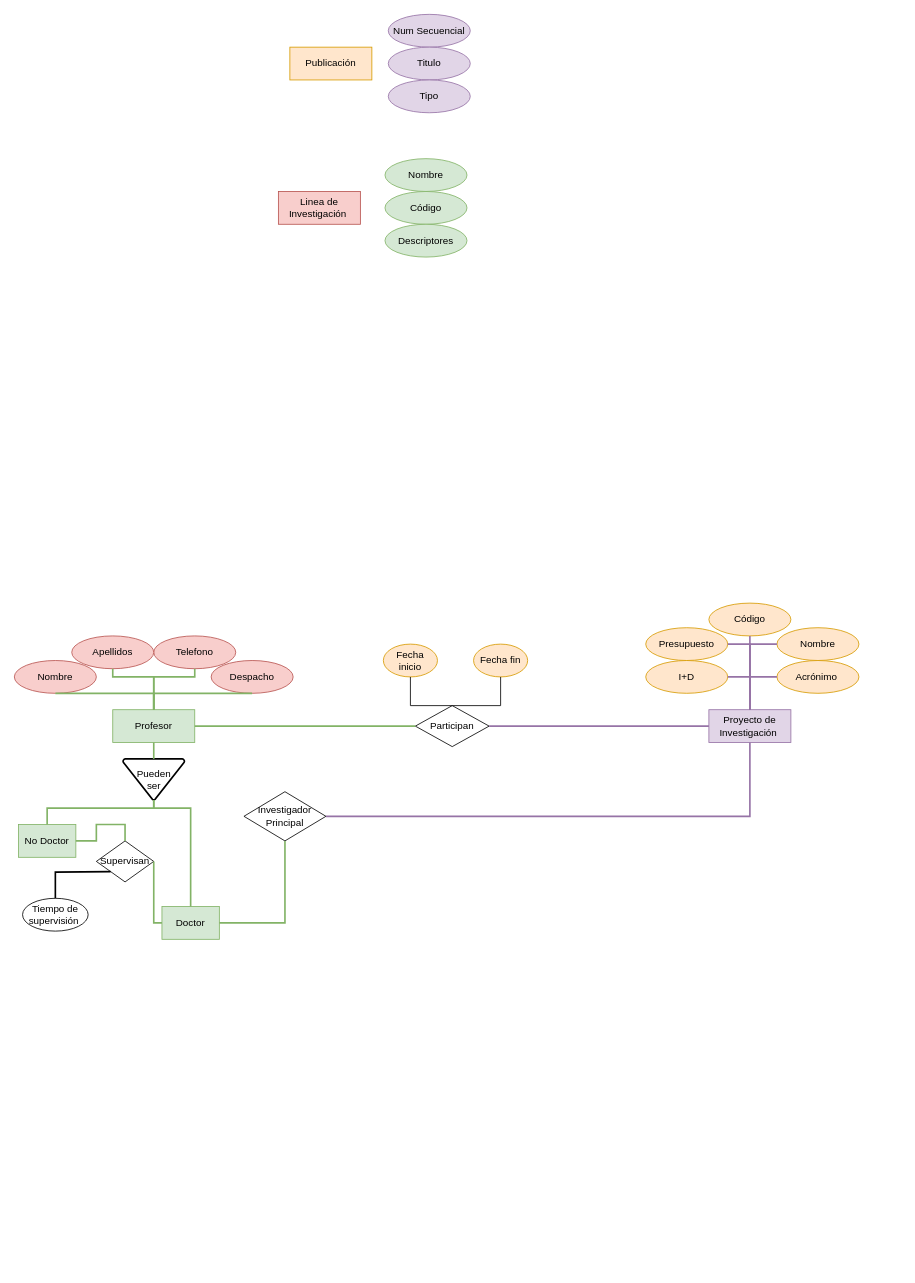
Before: P_Investigacion.drawio in SebassX69/DiagramasDB, a draw.io diagram. Source tidied: cells renumbered, new cells numbered last; positions are measured from the earlier drawing's top-left corner, leaving out a move shared by most shapes. Both pictures are drawn from the tidied source at 82%, with x=0, y=0 at pixel (14, 14).
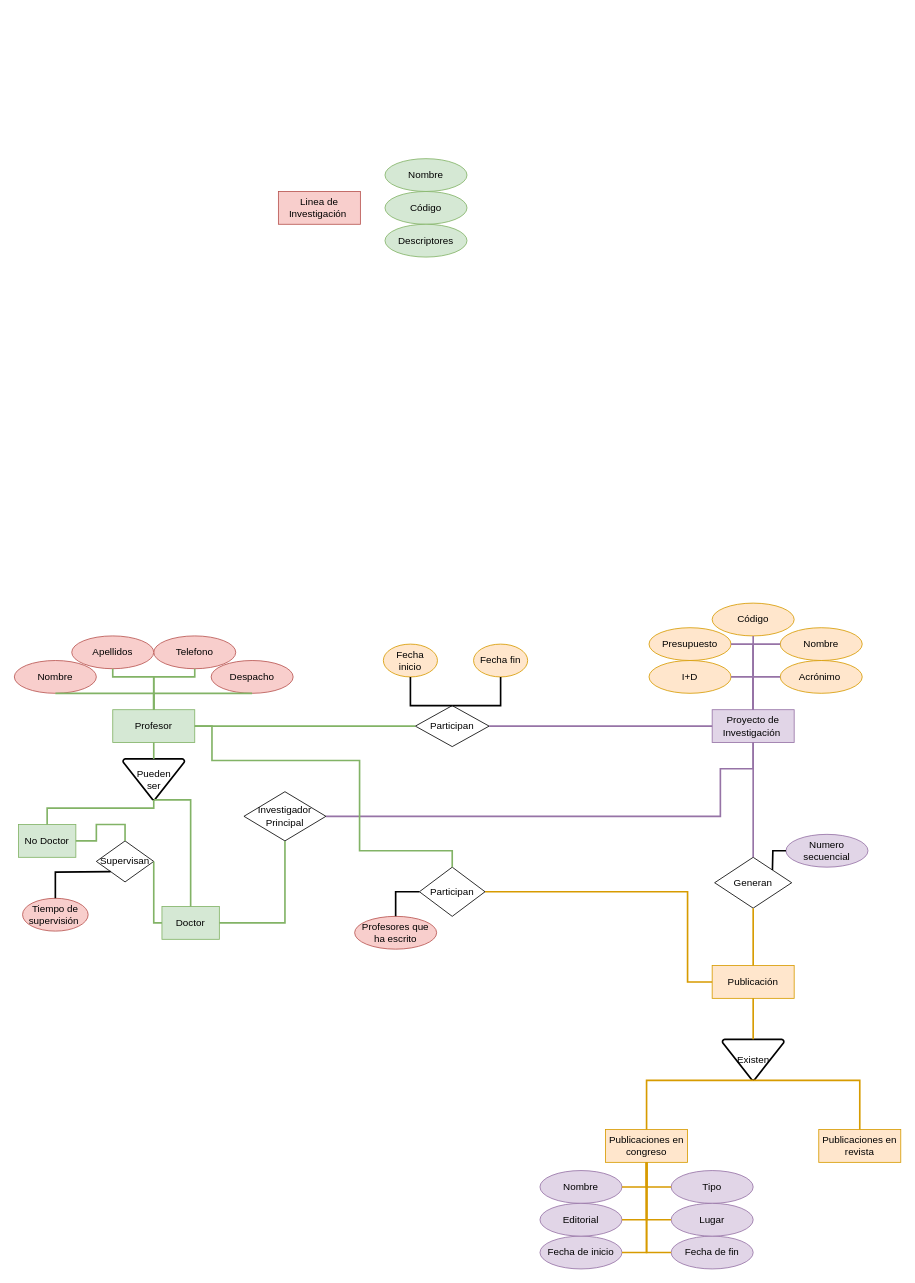
The same page after the edit.

Unchanged cells that the change refers to:
```xml
<mxCell id="2" value="Profesor" style="whiteSpace=wrap;html=1;align=center;fillColor=#d5e8d4;strokeColor=#82b366;" parent="1" vertex="1">
  <mxGeometry x="120" y="848" width="100" height="40" as="geometry" />
</mxCell>
<mxCell id="17" value="Fecha inicio" style="ellipse;whiteSpace=wrap;html=1;align=center;fillColor=#ffe6cc;strokeColor=#d79b00;" parent="1" vertex="1">
  <mxGeometry x="450" y="768" width="66" height="40" as="geometry" />
</mxCell>
<mxCell id="22" value="Pueden&lt;div&gt;ser&lt;/div&gt;" style="strokeWidth=2;html=1;shape=mxgraph.flowchart.merge_or_storage;whiteSpace=wrap;" parent="1" vertex="1">
  <mxGeometry x="132.5" y="908" width="75" height="50" as="geometry" />
</mxCell>
<mxCell id="24" value="Doctor" style="whiteSpace=wrap;html=1;align=center;fillColor=#d5e8d4;strokeColor=#82b366;" parent="1" vertex="1">
  <mxGeometry x="180" y="1088" width="70" height="40" as="geometry" />
</mxCell>
<mxCell id="25" value="Participan" style="shape=rhombus;perimeter=rhombusPerimeter;whiteSpace=wrap;html=1;align=center;" parent="1" vertex="1">
  <mxGeometry x="489" y="843" width="90" height="50" as="geometry" />
</mxCell>
<mxCell id="28" value="Fecha fin" style="ellipse;whiteSpace=wrap;html=1;align=center;fillColor=#ffe6cc;strokeColor=#d79b00;" parent="1" vertex="1">
  <mxGeometry x="560" y="768" width="66" height="40" as="geometry" />
</mxCell>
<mxCell id="46" value="Investigador Principal" style="shape=rhombus;perimeter=rhombusPerimeter;whiteSpace=wrap;html=1;align=center;" parent="1" vertex="1">
  <mxGeometry x="280" y="948" width="100" height="60" as="geometry" />
</mxCell>
```

Diff of the diagram source:
```diff
@@
     <mxCell id="3" value="Proyecto de Investigación&amp;nbsp;" style="whiteSpace=wrap;html=1;align=center;fillColor=#e1d5e7;strokeColor=#9673a6;" parent="1" vertex="1">
-      <mxGeometry x="847" y="848" width="100" height="40" as="geometry" />
+      <mxGeometry x="851" y="848" width="100" height="40" as="geometry" />
     </mxCell>
     <mxCell id="4" value="Publicación" style="whiteSpace=wrap;html=1;align=center;fillColor=#ffe6cc;strokeColor=#d79b00;" parent="1" vertex="1">
-      <mxGeometry x="336" y="40" width="100" height="40" as="geometry" />
+      <mxGeometry x="851" y="1160" width="100" height="40" as="geometry" />
     </mxCell>
@@
     <mxCell id="13" value="Código" style="ellipse;whiteSpace=wrap;html=1;align=center;fillColor=#ffe6cc;strokeColor=#d79b00;" parent="1" vertex="1">
-      <mxGeometry x="847" y="718" width="100" height="40" as="geometry" />
+      <mxGeometry x="851" y="718" width="100" height="40" as="geometry" />
     </mxCell>
     <mxCell id="14" value="Nombre" style="ellipse;whiteSpace=wrap;html=1;align=center;fillColor=#ffe6cc;strokeColor=#d79b00;" parent="1" vertex="1">
-      <mxGeometry x="930" y="748" width="100" height="40" as="geometry" />
+      <mxGeometry x="934" y="748" width="100" height="40" as="geometry" />
     </mxCell>
     <mxCell id="15" value="Acrónimo&amp;nbsp;" style="ellipse;whiteSpace=wrap;html=1;align=center;fillColor=#ffe6cc;strokeColor=#d79b00;" parent="1" vertex="1">
-      <mxGeometry x="930" y="788" width="100" height="40" as="geometry" />
+      <mxGeometry x="934" y="788" width="100" height="40" as="geometry" />
     </mxCell>
     <mxCell id="16" value="Presupuesto" style="ellipse;whiteSpace=wrap;html=1;align=center;fillColor=#ffe6cc;strokeColor=#d79b00;" parent="1" vertex="1">
-      <mxGeometry x="770" y="748" width="100" height="40" as="geometry" />
+      <mxGeometry x="774" y="748" width="100" height="40" as="geometry" />
     </mxCell>
@@
     <mxCell id="18" value="I+D" style="ellipse;whiteSpace=wrap;html=1;align=center;fillColor=#ffe6cc;strokeColor=#d79b00;" parent="1" vertex="1">
-      <mxGeometry x="770" y="788" width="100" height="40" as="geometry" />
+      <mxGeometry x="774" y="788" width="100" height="40" as="geometry" />
     </mxCell>
-    <mxCell id="19" value="Num Secuencial" style="ellipse;whiteSpace=wrap;html=1;align=center;fillColor=#e1d5e7;strokeColor=#9673a6;" parent="1" vertex="1">
-      <mxGeometry x="456" width="100" height="40" as="geometry" />
-    </mxCell>
-    <mxCell id="20" value="Titulo" style="ellipse;whiteSpace=wrap;html=1;align=center;fillColor=#e1d5e7;strokeColor=#9673a6;" parent="1" vertex="1">
-      <mxGeometry x="456" y="40" width="100" height="40" as="geometry" />
+    <mxCell id="20" value="Nombre" style="ellipse;whiteSpace=wrap;html=1;align=center;fillColor=#e1d5e7;strokeColor=#9673a6;" parent="1" vertex="1">
+      <mxGeometry x="641" y="1410" width="100" height="40" as="geometry" />
     </mxCell>
-    <mxCell id="21" value="Tipo" style="ellipse;whiteSpace=wrap;html=1;align=center;fillColor=#e1d5e7;strokeColor=#9673a6;" parent="1" vertex="1">
-      <mxGeometry x="456" y="80" width="100" height="40" as="geometry" />
-    </mxCell>
@@
-    <mxCell id="29" style="endArrow=none;html=1;rounded=0;exitX=0.5;exitY=1;exitDx=0;exitDy=0;entryX=0.5;entryY=0;entryDx=0;entryDy=0;" parent="1" edge="1" source="17" target="25">
+    <mxCell id="29" style="endArrow=none;html=1;rounded=0;exitX=0.5;exitY=1;exitDx=0;exitDy=0;entryX=0.5;entryY=0;entryDx=0;entryDy=0;strokeWidth=2;" parent="1" edge="1" source="17" target="25">
       <mxGeometry relative="1" as="geometry">
         <Array as="points">
           <mxPoint x="483" y="843" />
         </Array>
       </mxGeometry>
     </mxCell>
-    <mxCell id="30" style="endArrow=none;html=1;rounded=0;exitX=0.5;exitY=0;exitDx=0;exitDy=0;entryX=0.5;entryY=1;entryDx=0;entryDy=0;" parent="1" edge="1" source="25" target="28">
+    <mxCell id="30" style="endArrow=none;html=1;rounded=0;exitX=0.5;exitY=0;exitDx=0;exitDy=0;entryX=0.5;entryY=1;entryDx=0;entryDy=0;strokeWidth=2;" parent="1" edge="1" source="25" target="28">
       <mxGeometry relative="1" as="geometry">
         <Array as="points">
           <mxPoint x="593" y="843" />
         </Array>
       </mxGeometry>
     </mxCell>
@@
     <mxCell id="32" style="endArrow=none;html=1;rounded=0;exitX=0.5;exitY=0;exitDx=0;exitDy=0;entryX=0.5;entryY=1;entryDx=0;entryDy=0;fillColor=#d5e8d4;strokeColor=#82b366;strokeWidth=2;entryPerimeter=0;" parent="1" edge="1" source="24" target="22">
       <mxGeometry relative="1" as="geometry">
         <Array as="points">
-          <mxPoint x="215" y="968" />
-          <mxPoint x="170" y="968" />
+          <mxPoint x="215" y="1000" />
+          <mxPoint x="215" y="958" />
         </Array>
       </mxGeometry>
     </mxCell>
@@
     <mxCell id="38" style="endArrow=none;html=1;rounded=0;exitX=1;exitY=0.5;exitDx=0;exitDy=0;entryX=0.5;entryY=0;entryDx=0;entryDy=0;fillColor=#e1d5e7;strokeColor=#9673a6;strokeWidth=2;" parent="1" edge="1" source="16" target="3">
       <mxGeometry relative="1" as="geometry">
         <Array as="points">
-          <mxPoint x="897" y="768" />
+          <mxPoint x="901" y="768" />
         </Array>
       </mxGeometry>
     </mxCell>
     <mxCell id="39" style="endArrow=none;html=1;rounded=0;exitX=1;exitY=0.5;exitDx=0;exitDy=0;entryX=0.5;entryY=0;entryDx=0;entryDy=0;fillColor=#e1d5e7;strokeColor=#9673a6;strokeWidth=2;" parent="1" edge="1" source="18" target="3">
       <mxGeometry relative="1" as="geometry">
         <Array as="points">
-          <mxPoint x="897" y="808" />
+          <mxPoint x="901" y="808" />
         </Array>
       </mxGeometry>
     </mxCell>
     <mxCell id="40" style="endArrow=none;html=1;rounded=0;exitX=0;exitY=0.5;exitDx=0;exitDy=0;entryX=0.5;entryY=0;entryDx=0;entryDy=0;fillColor=#e1d5e7;strokeColor=#9673a6;strokeWidth=2;" parent="1" edge="1" source="14" target="3">
       <mxGeometry relative="1" as="geometry">
         <Array as="points">
-          <mxPoint x="897" y="768" />
+          <mxPoint x="901" y="768" />
         </Array>
       </mxGeometry>
     </mxCell>
     <mxCell id="41" style="endArrow=none;html=1;rounded=0;exitX=0;exitY=0.5;exitDx=0;exitDy=0;entryX=0.5;entryY=0;entryDx=0;entryDy=0;fillColor=#e1d5e7;strokeColor=#9673a6;strokeWidth=2;" parent="1" edge="1" source="15" target="3">
       <mxGeometry relative="1" as="geometry">
         <Array as="points">
-          <mxPoint x="897" y="808" />
+          <mxPoint x="901" y="808" />
         </Array>
       </mxGeometry>
     </mxCell>
@@
     <mxCell id="48" style="endArrow=none;html=1;rounded=0;exitX=1;exitY=0.5;exitDx=0;exitDy=0;entryX=0.5;entryY=1;entryDx=0;entryDy=0;fillColor=#e1d5e7;strokeColor=#9673a6;strokeWidth=2;" parent="1" edge="1" source="46" target="3">
       <mxGeometry relative="1" as="geometry">
         <Array as="points">
-          <mxPoint x="897" y="978" />
+          <mxPoint x="861" y="978" />
+          <mxPoint x="861" y="920" />
+          <mxPoint x="901" y="920" />
         </Array>
       </mxGeometry>
     </mxCell>
-    <mxCell id="49" value="Tiempo de supervisión&amp;nbsp;" style="ellipse;whiteSpace=wrap;html=1;align=center;" parent="1" vertex="1">
+    <mxCell id="49" value="Tiempo de supervisión&amp;nbsp;" style="ellipse;whiteSpace=wrap;html=1;align=center;fillColor=#f8cecc;strokeColor=#b85450;" parent="1" vertex="1">
       <mxGeometry x="10" y="1078" width="80" height="40" as="geometry" />
     </mxCell>
@@
+    <mxCell id="51" value="Generan" style="shape=rhombus;perimeter=rhombusPerimeter;whiteSpace=wrap;html=1;align=center;" parent="1" vertex="1">
+      <mxGeometry x="854" y="1028" width="94" height="62" as="geometry" />
+    </mxCell>
+    <mxCell id="52" style="endArrow=none;html=1;rounded=0;exitX=0.5;exitY=0;exitDx=0;exitDy=0;entryX=0.5;entryY=1;entryDx=0;entryDy=0;fillColor=#e1d5e7;strokeColor=#9673a6;strokeWidth=2;" parent="1" edge="1" source="51" target="3">
+      <mxGeometry relative="1" as="geometry" />
+    </mxCell>
+    <mxCell id="53" style="endArrow=none;html=1;rounded=0;exitX=0.5;exitY=0;exitDx=0;exitDy=0;entryX=0.5;entryY=1;entryDx=0;entryDy=0;fillColor=#ffe6cc;strokeColor=#d79b00;strokeWidth=2;" parent="1" edge="1" source="4" target="51">
+      <mxGeometry relative="1" as="geometry" />
+    </mxCell>
+    <mxCell id="54" value="Numero secuencial" style="ellipse;whiteSpace=wrap;html=1;align=center;fillColor=#e1d5e7;strokeColor=#9673a6;" parent="1" vertex="1">
+      <mxGeometry x="941" y="1000" width="100" height="40" as="geometry" />
+    </mxCell>
+    <mxCell id="55" style="endArrow=none;html=1;rounded=0;exitX=1;exitY=0;exitDx=0;exitDy=0;entryX=0;entryY=0.5;entryDx=0;entryDy=0;strokeWidth=2;" parent="1" edge="1" source="51" target="54">
+      <mxGeometry relative="1" as="geometry">
+        <Array as="points">
+          <mxPoint x="925" y="1020" />
+        </Array>
+      </mxGeometry>
+    </mxCell>
+    <mxCell id="56" value="Participan" style="shape=rhombus;perimeter=rhombusPerimeter;whiteSpace=wrap;html=1;align=center;" parent="1" vertex="1">
+      <mxGeometry x="494" y="1040" width="80" height="60" as="geometry" />
+    </mxCell>
+    <mxCell id="57" style="endArrow=none;html=1;rounded=0;exitX=1;exitY=0.5;exitDx=0;exitDy=0;entryX=0.5;entryY=0;entryDx=0;entryDy=0;fillColor=#d5e8d4;strokeColor=#82b366;strokeWidth=2;" parent="1" edge="1" source="2" target="56">
+      <mxGeometry relative="1" as="geometry">
+        <Array as="points">
+          <mxPoint x="241" y="868" />
+          <mxPoint x="241" y="910" />
+          <mxPoint x="421" y="910" />
+          <mxPoint x="421" y="1020" />
+          <mxPoint x="534" y="1020" />
+        </Array>
+      </mxGeometry>
+    </mxCell>
+    <mxCell id="58" style="endArrow=none;html=1;rounded=0;exitX=1;exitY=0.5;exitDx=0;exitDy=0;entryX=0;entryY=0.5;entryDx=0;entryDy=0;fillColor=#ffe6cc;strokeColor=#d79b00;strokeWidth=2;" parent="1" edge="1" source="56" target="4">
+      <mxGeometry relative="1" as="geometry">
+        <Array as="points">
+          <mxPoint x="821" y="1070" />
+          <mxPoint x="821" y="1180" />
+        </Array>
+      </mxGeometry>
+    </mxCell>
+    <mxCell id="59" value="Profesores que ha escrito" style="ellipse;whiteSpace=wrap;html=1;align=center;fillColor=#f8cecc;strokeColor=#b85450;" parent="1" vertex="1">
+      <mxGeometry x="415" y="1100" width="100" height="40" as="geometry" />
+    </mxCell>
+    <mxCell id="60" style="endArrow=none;html=1;rounded=0;exitX=0.5;exitY=0;exitDx=0;exitDy=0;entryX=0;entryY=0.5;entryDx=0;entryDy=0;strokeWidth=2;" parent="1" edge="1" source="59" target="56">
+      <mxGeometry relative="1" as="geometry">
+        <Array as="points">
+          <mxPoint x="465" y="1070" />
+        </Array>
+      </mxGeometry>
+    </mxCell>
+    <mxCell id="61" value="Existen" style="strokeWidth=2;html=1;shape=mxgraph.flowchart.merge_or_storage;whiteSpace=wrap;" parent="1" vertex="1">
+      <mxGeometry x="863.5" y="1250" width="75" height="50" as="geometry" />
+    </mxCell>
+    <mxCell id="62" style="endArrow=none;html=1;rounded=0;exitX=0.5;exitY=0;exitDx=0;exitDy=0;entryX=0.5;entryY=1;entryDx=0;entryDy=0;fillColor=#ffe6cc;strokeColor=#d79b00;strokeWidth=2;exitPerimeter=0;" parent="1" edge="1" source="61" target="4">
+      <mxGeometry relative="1" as="geometry" />
+    </mxCell>
+    <mxCell id="63" value="Publicaciones en congreso" style="whiteSpace=wrap;html=1;align=center;fillColor=#ffe6cc;strokeColor=#d79b00;" parent="1" vertex="1">
+      <mxGeometry x="721" y="1360" width="100" height="40" as="geometry" />
+    </mxCell>
+    <mxCell id="64" value="Publicaciones en revista" style="whiteSpace=wrap;html=1;align=center;fillColor=#ffe6cc;strokeColor=#d79b00;" parent="1" vertex="1">
+      <mxGeometry x="981" y="1360" width="100" height="40" as="geometry" />
+    </mxCell>
+    <mxCell id="65" style="endArrow=none;html=1;rounded=0;exitX=0.5;exitY=0;exitDx=0;exitDy=0;entryX=0.5;entryY=1;entryDx=0;entryDy=0;fillColor=#ffe6cc;strokeColor=#d79b00;strokeWidth=2;entryPerimeter=0;" parent="1" edge="1" source="63" target="61">
+      <mxGeometry relative="1" as="geometry">
+        <Array as="points">
+          <mxPoint x="771" y="1300" />
+        </Array>
+      </mxGeometry>
+    </mxCell>
+    <mxCell id="66" style="endArrow=none;html=1;rounded=0;exitX=0.5;exitY=1;exitDx=0;exitDy=0;entryX=0.5;entryY=0;entryDx=0;entryDy=0;fillColor=#ffe6cc;strokeColor=#d79b00;strokeWidth=2;exitPerimeter=0;" parent="1" edge="1" source="61" target="64">
+      <mxGeometry relative="1" as="geometry">
+        <Array as="points">
+          <mxPoint x="1031" y="1300" />
+        </Array>
+      </mxGeometry>
+    </mxCell>
+    <mxCell id="21" value="Tipo" style="ellipse;whiteSpace=wrap;html=1;align=center;fillColor=#e1d5e7;strokeColor=#9673a6;" parent="1" vertex="1">
+      <mxGeometry x="801" y="1410" width="100" height="40" as="geometry" />
+    </mxCell>
+    <mxCell id="67" value="Fecha de inicio" style="ellipse;whiteSpace=wrap;html=1;align=center;fillColor=#e1d5e7;strokeColor=#9673a6;" parent="1" vertex="1">
+      <mxGeometry x="641" y="1490" width="100" height="40" as="geometry" />
+    </mxCell>
+    <mxCell id="68" value="Fecha de fin" style="ellipse;whiteSpace=wrap;html=1;align=center;fillColor=#e1d5e7;strokeColor=#9673a6;" parent="1" vertex="1">
+      <mxGeometry x="801" y="1490" width="100" height="40" as="geometry" />
+    </mxCell>
+    <mxCell id="69" value="Lugar" style="ellipse;whiteSpace=wrap;html=1;align=center;fillColor=#e1d5e7;strokeColor=#9673a6;" parent="1" vertex="1">
+      <mxGeometry x="801" y="1450" width="100" height="40" as="geometry" />
+    </mxCell>
+    <mxCell id="70" value="Editorial" style="ellipse;whiteSpace=wrap;html=1;align=center;fillColor=#e1d5e7;strokeColor=#9673a6;" parent="1" vertex="1">
+      <mxGeometry x="641" y="1450" width="100" height="40" as="geometry" />
+    </mxCell>
+    <mxCell id="71" style="endArrow=none;html=1;rounded=0;entryX=1;entryY=0.5;entryDx=0;entryDy=0;fillColor=#ffe6cc;strokeColor=#d79b00;strokeWidth=2;" parent="1" edge="1" target="20">
+      <mxGeometry relative="1" as="geometry">
+        <mxPoint x="771" y="1400" as="sourcePoint" />
+        <Array as="points">
+          <mxPoint x="771" y="1430" />
+        </Array>
+      </mxGeometry>
+    </mxCell>
+    <mxCell id="72" style="endArrow=none;html=1;rounded=0;exitX=0;exitY=0.5;exitDx=0;exitDy=0;entryX=0.5;entryY=1;entryDx=0;entryDy=0;fillColor=#ffe6cc;strokeColor=#d79b00;strokeWidth=2;" parent="1" edge="1" source="21" target="63">
+      <mxGeometry relative="1" as="geometry">
+        <Array as="points">
+          <mxPoint x="771" y="1430" />
+        </Array>
+      </mxGeometry>
+    </mxCell>
+    <mxCell id="73" style="endArrow=none;html=1;rounded=0;exitX=0.5;exitY=1;exitDx=0;exitDy=0;entryX=1;entryY=0.5;entryDx=0;entryDy=0;fillColor=#ffe6cc;strokeColor=#d79b00;strokeWidth=2;" parent="1" edge="1" source="63" target="67">
+      <mxGeometry relative="1" as="geometry">
+        <Array as="points">
+          <mxPoint x="771" y="1510" />
+        </Array>
+      </mxGeometry>
+    </mxCell>
+    <mxCell id="74" style="endArrow=none;html=1;rounded=0;exitX=0.5;exitY=1;exitDx=0;exitDy=0;entryX=1;entryY=0.5;entryDx=0;entryDy=0;fillColor=#ffe6cc;strokeColor=#d79b00;strokeWidth=2;" parent="1" edge="1" source="63" target="70">
+      <mxGeometry relative="1" as="geometry">
+        <Array as="points">
+          <mxPoint x="771" y="1470" />
+        </Array>
+      </mxGeometry>
+    </mxCell>
+    <mxCell id="75" style="endArrow=none;html=1;rounded=0;exitX=0;exitY=0.5;exitDx=0;exitDy=0;entryX=0.5;entryY=1;entryDx=0;entryDy=0;fillColor=#ffe6cc;strokeColor=#d79b00;strokeWidth=2;" parent="1" edge="1" source="69" target="63">
+      <mxGeometry relative="1" as="geometry">
+        <Array as="points">
+          <mxPoint x="771" y="1470" />
+        </Array>
+      </mxGeometry>
+    </mxCell>
+    <mxCell id="76" style="endArrow=none;html=1;rounded=0;exitX=0;exitY=0.5;exitDx=0;exitDy=0;entryX=0.5;entryY=1;entryDx=0;entryDy=0;fillColor=#ffe6cc;strokeColor=#d79b00;strokeWidth=2;" parent="1" edge="1" source="68" target="63">
+      <mxGeometry relative="1" as="geometry">
+        <Array as="points">
+          <mxPoint x="771" y="1510" />
+        </Array>
+      </mxGeometry>
+    </mxCell>
```
